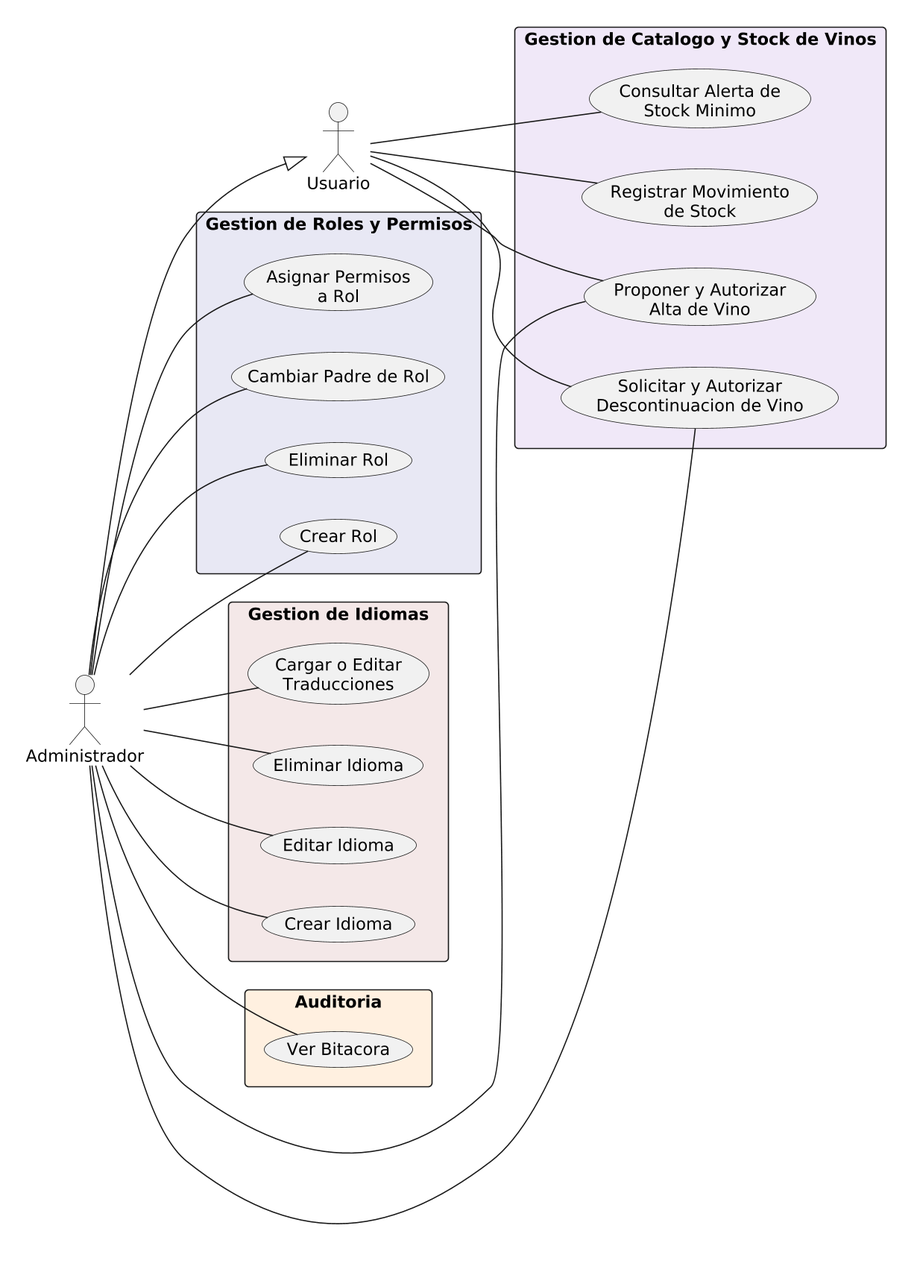
Above: DIAGRAMAS/DiagramaCasosDeUso_2_RolesIdiomasCatalogo.png in Jesifu/club-de-vinos-td (PlantUML), before the change. Its source is kept beside it as DIAGRAMAS/DiagramaCasosDeUso_2_RolesIdiomasCatalogo.puml.
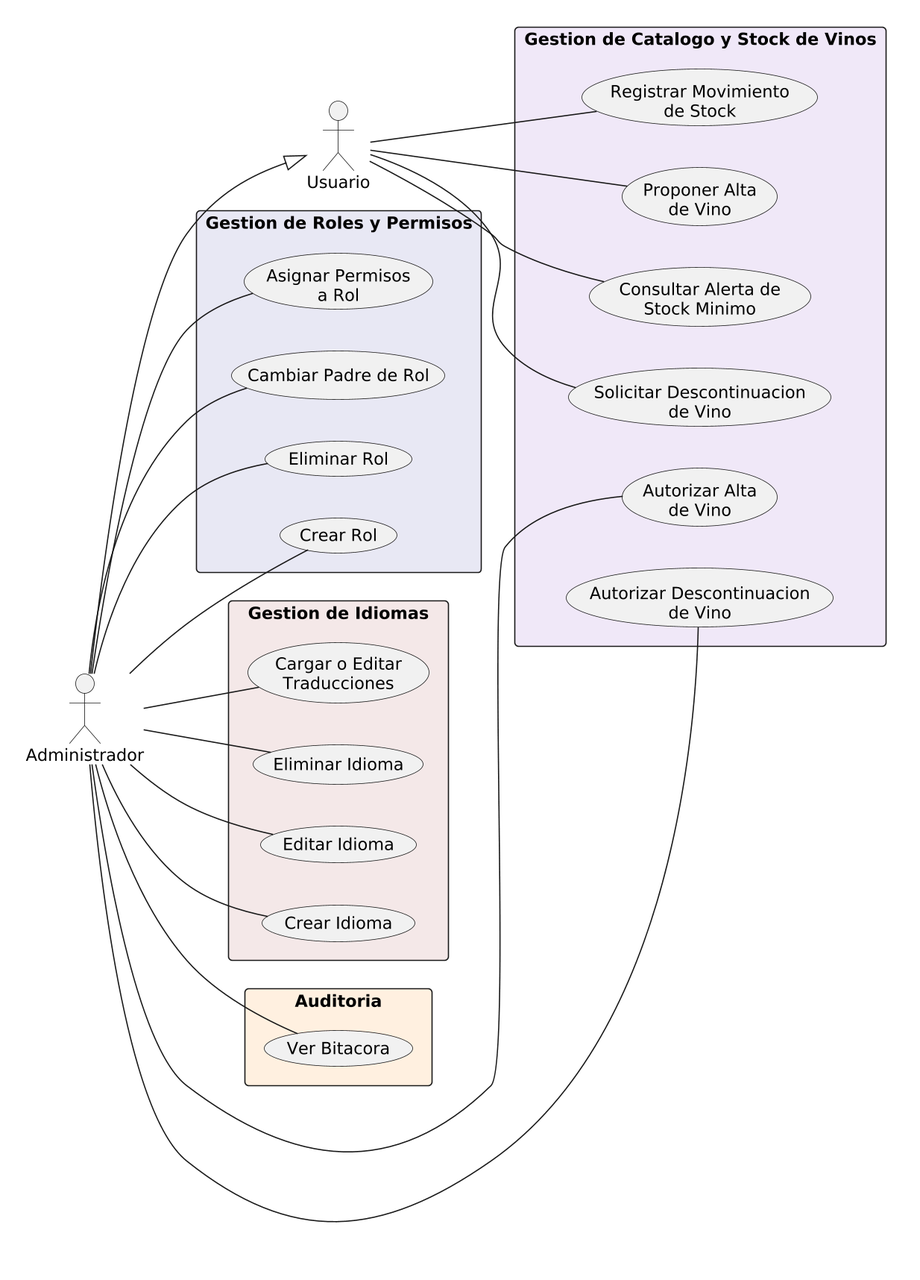
Above is the later version.

What changed in the source:
```diff
@@ -27,16 +27,18 @@
 }
 
 rectangle "Gestion de Catalogo y Stock de Vinos" #F0E8F8 {
-  usecase "Proponer y Autorizar\nAlta de Vino" as CU21
-  usecase "Registrar Movimiento\nde Stock" as CU22
-  usecase "Solicitar y Autorizar\nDescontinuacion de Vino" as CU23
-  usecase "Consultar Alerta de\nStock Minimo" as CU24
+  usecase "Proponer Alta\nde Vino" as CU21
+  usecase "Autorizar Alta\nde Vino" as CU22
+  usecase "Registrar Movimiento\nde Stock" as CU23
+  usecase "Solicitar Descontinuacion\nde Vino" as CU24
+  usecase "Autorizar Descontinuacion\nde Vino" as CU25
+  usecase "Consultar Alerta de\nStock Minimo" as CU26
 }
 
-Usuario -- CU22
-Usuario -- CU24
 Usuario -- CU21
 Usuario -- CU23
+Usuario -- CU24
+Usuario -- CU26
 
 Administrador -- CU12
 Administrador -- CU13
@@ -47,6 +49,6 @@
 Administrador -- CU18
 Administrador -- CU19
 Administrador -- CU20
-Administrador -- CU21
-Administrador -- CU23
+Administrador -- CU22
+Administrador -- CU25
 @enduml
```
